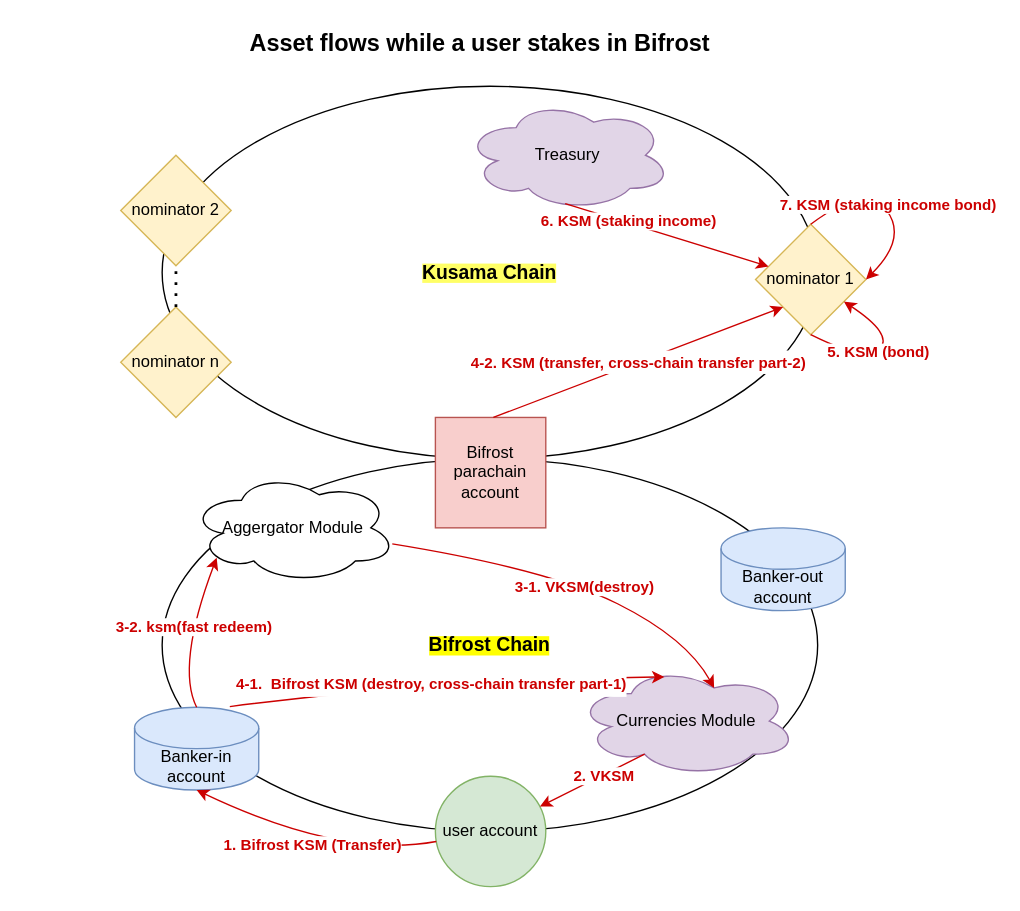
This is Untitled Diagram.drawio from herryho/flowchars, a draw.io file, before an edit. Source tidied: cells renumbered, new cells numbered last; positions are measured from the earlier drawing's top-left corner, leaving out a move shared by most shapes. Both pictures are drawn from the tidied source at 138%, with x=0, y=0 at pixel (120, 23).
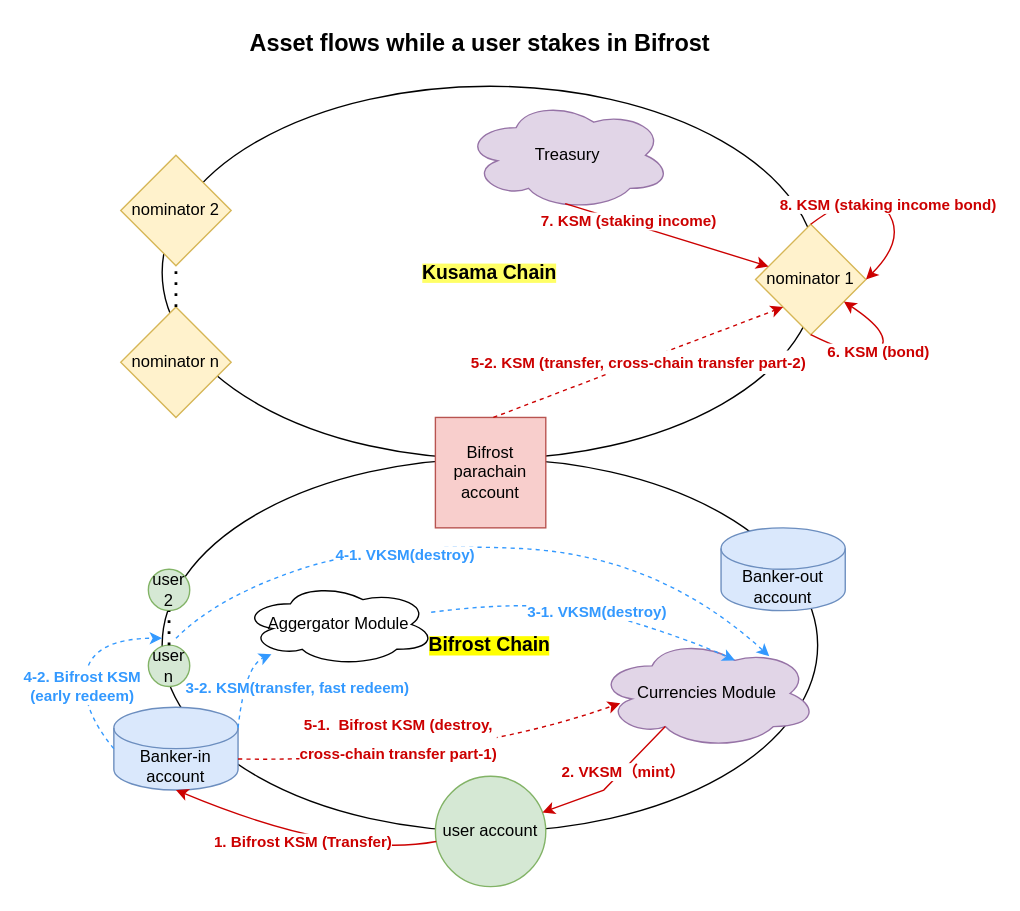
The same page after the edit.

The change refers to these unchanged cells:
```xml
<mxCell id="5" value="nominator 1" style="rhombus;whiteSpace=wrap;html=1;fillColor=#fff2cc;strokeColor=#d6b656;" parent="1" vertex="1">
  <mxGeometry x="460" y="145" width="80" height="80" as="geometry" />
</mxCell>
<mxCell id="7" value="user account" style="ellipse;whiteSpace=wrap;html=1;fillColor=#d5e8d4;strokeColor=#82b366;" parent="1" vertex="1">
  <mxGeometry x="228" y="545" width="80" height="80" as="geometry" />
</mxCell>
<mxCell id="14" style="endArrow=classic;html=1;rounded=0;fontSize=11;fontColor=#CC0000;strokeColor=#CC0000;exitX=0.487;exitY=0.938;exitDx=0;exitDy=0;exitPerimeter=0;" parent="1" edge="1" source="10" target="5">
  <mxGeometry relative="1" as="geometry" />
</mxCell>
<mxCell id="17" style="curved=1;endArrow=classic;html=1;rounded=0;fontSize=11;fontColor=#CC0000;strokeColor=#CC0000;exitX=0.5;exitY=1;exitDx=0;exitDy=0;" parent="1" edge="1" source="5" target="5">
  <mxGeometry relative="1" as="geometry">
    <Array as="points">
      <mxPoint x="540" y="245" />
      <mxPoint x="560" y="225" />
    </Array>
  </mxGeometry>
</mxCell>
<mxCell id="19" style="curved=1;endArrow=classic;html=1;rounded=0;fontSize=11;fontColor=#CC0000;strokeColor=#CC0000;exitX=0.5;exitY=0;exitDx=0;exitDy=0;entryX=1;entryY=0.5;entryDx=0;entryDy=0;" parent="1" edge="1" source="5" target="5">
  <mxGeometry relative="1" as="geometry">
    <Array as="points">
      <mxPoint x="540" y="115" />
      <mxPoint x="570" y="155" />
    </Array>
  </mxGeometry>
</mxCell>
```

The edit, as a diff of the source:
```diff
@@
     <mxCell id="8" value="Banker-in account" style="shape=cylinder3;whiteSpace=wrap;html=1;boundedLbl=1;backgroundOutline=1;size=15;fillColor=#dae8fc;strokeColor=#6c8ebf;" parent="1" vertex="1">
-      <mxGeometry x="10" y="495" width="90" height="60" as="geometry" />
+      <mxGeometry x="-5" y="495" width="90" height="60" as="geometry" />
     </mxCell>
     <mxCell id="9" value="Currencies Module" style="ellipse;shape=cloud;whiteSpace=wrap;html=1;fillColor=#e1d5e7;strokeColor=#9673a6;" parent="1" vertex="1">
-      <mxGeometry x="330" y="465" width="160" height="80" as="geometry" />
+      <mxGeometry x="345" y="445" width="160" height="80" as="geometry" />
     </mxCell>
@@
     <mxCell id="11" style="endArrow=classic;html=1;rounded=0;fontColor=#CC0000;exitX=0.31;exitY=0.8;exitDx=0;exitDy=0;exitPerimeter=0;strokeColor=#CC0000;" parent="1" edge="1" source="9" target="7">
-      <mxGeometry relative="1" as="geometry" />
+      <mxGeometry relative="1" as="geometry">
+        <Array as="points">
+          <mxPoint x="350" y="555" />
+        </Array>
+      </mxGeometry>
     </mxCell>
-    <mxCell id="12" value="&lt;b&gt;2. VKSM&lt;br&gt;&lt;/b&gt;" style="edgeLabel;html=1;align=center;verticalAlign=middle;fontColor=#CC0000;" parent="11" vertex="1">
+    <mxCell id="12" value="&lt;b&gt;2. VKSM（mint）&lt;br&gt;&lt;/b&gt;" style="edgeLabel;html=1;align=center;verticalAlign=middle;fontColor=#CC0000;" parent="11" vertex="1">
       <mxGeometry x="-0.19" relative="1" as="geometry" />
     </mxCell>
@@
-    <mxCell id="15" value="&lt;b&gt;6. KSM (staking income)&lt;/b&gt;" style="edgeLabel;html=1;align=center;verticalAlign=middle;fontSize=11;fontColor=#CC0000;" parent="14" vertex="1">
+    <mxCell id="15" value="&lt;b&gt;7. KSM (staking income)&lt;/b&gt;" style="edgeLabel;html=1;align=center;verticalAlign=middle;fontSize=11;fontColor=#CC0000;" parent="14" vertex="1">
       <mxGeometry x="-0.39" y="1" relative="1" as="geometry" />
     </mxCell>
-    <mxCell id="16" value="&lt;font color=&quot;#cc0000&quot; size=&quot;1&quot;&gt;&lt;b style=&quot;font-size: 11px&quot;&gt;4-2. KSM (transfer, cross-chain transfer part-2)&lt;/b&gt;&lt;/font&gt;" style="endArrow=classic;html=1;rounded=0;fontSize=14;fontColor=#FFFF66;strokeColor=#CC0000;entryX=0;entryY=1;entryDx=0;entryDy=0;" parent="1" edge="1" target="5">
+    <mxCell id="16" value="&lt;font color=&quot;#cc0000&quot; size=&quot;1&quot;&gt;&lt;b style=&quot;font-size: 11px&quot;&gt;5-2. KSM (transfer, cross-chain transfer part-2)&lt;/b&gt;&lt;/font&gt;" style="endArrow=classic;html=1;rounded=0;fontSize=14;fontColor=#FFFF66;strokeColor=#CC0000;entryX=0;entryY=1;entryDx=0;entryDy=0;dashed=1;" parent="1" edge="1" target="5">
       <mxGeometry relative="1" as="geometry">
         <mxPoint x="270" y="285" as="sourcePoint" />
       </mxGeometry>
     </mxCell>
@@
-    <mxCell id="18" value="&lt;b&gt;5. KSM (bond)&lt;/b&gt;" style="edgeLabel;html=1;align=center;verticalAlign=middle;fontSize=11;fontColor=#CC0000;" parent="17" vertex="1">
+    <mxCell id="18" value="&lt;b&gt;6. KSM (bond)&lt;/b&gt;" style="edgeLabel;html=1;align=center;verticalAlign=middle;fontSize=11;fontColor=#CC0000;" parent="17" vertex="1">
       <mxGeometry x="-0.04" y="-1" relative="1" as="geometry" />
     </mxCell>
@@
-    <mxCell id="20" value="7. KSM (staking income bond)" style="edgeLabel;html=1;align=center;verticalAlign=middle;fontSize=11;fontColor=#CC0000;fontStyle=1;" parent="19" vertex="1">
+    <mxCell id="20" value="8. KSM (staking income bond)" style="edgeLabel;html=1;align=center;verticalAlign=middle;fontSize=11;fontColor=#CC0000;fontStyle=1;" parent="19" vertex="1">
       <mxGeometry x="-0.01" y="3" relative="1" as="geometry" />
     </mxCell>
@@
-    <mxCell id="24" style="curved=1;endArrow=classic;html=1;rounded=0;fontSize=17;fontColor=#000000;strokeColor=#CC0000;entryX=0.4;entryY=0.1;entryDx=0;entryDy=0;entryPerimeter=0;exitX=0.767;exitY=-0.008;exitDx=0;exitDy=0;exitPerimeter=0;" parent="1" edge="1" source="8" target="9">
+    <mxCell id="24" style="curved=1;endArrow=classic;html=1;rounded=0;fontSize=17;fontColor=#000000;strokeColor=#CC0000;entryX=0.106;entryY=0.588;entryDx=0;entryDy=0;entryPerimeter=0;exitX=1;exitY=0;exitDx=0;exitDy=37.5;exitPerimeter=0;dashed=1;" parent="1" edge="1" source="8" target="9">
       <mxGeometry relative="1" as="geometry">
         <Array as="points">
-          <mxPoint x="230" y="475" />
+          <mxPoint x="240" y="535" />
         </Array>
       </mxGeometry>
     </mxCell>
-    <mxCell id="25" value="&lt;b style=&quot;color: rgb(204 , 0 , 0) ; font-size: 11px&quot;&gt;4-1.&amp;nbsp; Bifrost KSM (destroy, cross-chain transfer part-1)&lt;/b&gt;" style="edgeLabel;html=1;align=center;verticalAlign=middle;fontSize=17;fontColor=#000000;" parent="24" vertex="1">
-      <mxGeometry x="-0.07" y="-1" relative="1" as="geometry" />
+    <mxCell id="25" value="&lt;b style=&quot;color: rgb(204 , 0 , 0) ; font-size: 11px&quot;&gt;5-1.&amp;nbsp; Bifrost KSM (destroy, &lt;br&gt;cross-chain transfer part-1)&lt;/b&gt;" style="edgeLabel;html=1;align=center;verticalAlign=middle;fontSize=17;fontColor=#000000;" parent="24" vertex="1">
+      <mxGeometry x="-0.07" y="-1" relative="1" as="geometry">
+        <mxPoint x="-16" y="-19" as="offset" />
+      </mxGeometry>
     </mxCell>
     <mxCell id="26" value="Aggergator Module" style="ellipse;shape=cloud;whiteSpace=wrap;html=1;" parent="1" vertex="1">
-      <mxGeometry x="50" y="325" width="150" height="80" as="geometry" />
+      <mxGeometry x="88" y="405" width="140" height="60" as="geometry" />
     </mxCell>
-    <mxCell id="27" style="curved=1;endArrow=classic;html=1;rounded=0;exitX=0.5;exitY=0;exitDx=0;exitDy=0;exitPerimeter=0;entryX=0.13;entryY=0.77;entryDx=0;entryDy=0;entryPerimeter=0;strokeColor=#CC0000;" parent="1" edge="1" source="8" target="26">
+    <mxCell id="27" style="curved=1;endArrow=classic;html=1;rounded=0;strokeColor=#3399FF;dashed=1;exitX=1;exitY=0;exitDx=0;exitDy=15;exitPerimeter=0;" parent="1" edge="1" source="8" target="26">
       <mxGeometry relative="1" as="geometry">
         <Array as="points">
-          <mxPoint x="40" y="465" />
+          <mxPoint x="90" y="465" />
         </Array>
       </mxGeometry>
     </mxCell>
-    <mxCell id="28" value="&lt;b&gt;3-2. ksm(fast redeem)&lt;/b&gt;" style="edgeLabel;html=1;align=center;verticalAlign=middle;fontColor=#CC0000;" parent="27" vertex="1">
-      <mxGeometry x="0.1" y="-2" relative="1" as="geometry" />
+    <mxCell id="28" value="&lt;span&gt;3-2. KSM(transfer, fast redeem)&lt;/span&gt;" style="edgeLabel;html=1;align=center;verticalAlign=middle;fontColor=#3399FF;fontStyle=1;" parent="27" vertex="1">
+      <mxGeometry x="0.1" y="-2" relative="1" as="geometry">
+        <mxPoint x="37" y="6" as="offset" />
+      </mxGeometry>
     </mxCell>
-    <mxCell id="29" style="curved=1;endArrow=classic;html=1;rounded=0;strokeColor=#CC0000;entryX=0.625;entryY=0.2;entryDx=0;entryDy=0;entryPerimeter=0;" parent="1" edge="1" source="26" target="9">
+    <mxCell id="29" style="curved=1;endArrow=classic;html=1;rounded=0;strokeColor=#3399FF;entryX=0.625;entryY=0.2;entryDx=0;entryDy=0;entryPerimeter=0;dashed=1;" parent="1" edge="1" source="26" target="9">
       <mxGeometry relative="1" as="geometry">
         <Array as="points">
-          <mxPoint x="310" y="395" />
+          <mxPoint x="310" y="415" />
           <mxPoint x="410" y="445" />
         </Array>
       </mxGeometry>
     </mxCell>
-    <mxCell id="30" value="3-1. VKSM(destroy)" style="edgeLabel;html=1;align=center;verticalAlign=middle;fontColor=#CC0000;fontStyle=1;" parent="29" vertex="1">
+    <mxCell id="30" value="3-1. VKSM(destroy)" style="edgeLabel;html=1;align=center;verticalAlign=middle;fontColor=#3399FF;fontStyle=1;" parent="29" vertex="1">
       <mxGeometry x="0.07" relative="1" as="geometry" />
     </mxCell>
@@
+    <mxCell id="32" value="user 2" style="ellipse;whiteSpace=wrap;html=1;fillColor=#d5e8d4;strokeColor=#82b366;" parent="1" vertex="1">
+      <mxGeometry x="20" y="395" width="30" height="30" as="geometry" />
+    </mxCell>
+    <mxCell id="33" value="user n" style="ellipse;whiteSpace=wrap;html=1;fillColor=#d5e8d4;strokeColor=#82b366;" parent="1" vertex="1">
+      <mxGeometry x="20" y="450" width="30" height="30" as="geometry" />
+    </mxCell>
+    <mxCell id="34" style="endArrow=none;dashed=1;html=1;dashPattern=1 3;strokeWidth=2;rounded=0;fontSize=11;fontColor=#CC0000;entryX=0.5;entryY=1;entryDx=0;entryDy=0;exitX=0.5;exitY=0;exitDx=0;exitDy=0;" parent="1" edge="1" source="33" target="32">
+      <mxGeometry relative="1" as="geometry" />
+    </mxCell>
+    <mxCell id="35" style="curved=1;endArrow=classic;html=1;rounded=0;dashed=1;fontColor=#3399FF;strokeColor=#3399FF;entryX=0.781;entryY=0.163;entryDx=0;entryDy=0;entryPerimeter=0;" parent="1" edge="1" target="9">
+      <mxGeometry relative="1" as="geometry">
+        <mxPoint x="40" y="445" as="sourcePoint" />
+        <Array as="points">
+          <mxPoint x="70" y="415" />
+          <mxPoint x="190" y="375" />
+          <mxPoint x="390" y="385" />
+        </Array>
+      </mxGeometry>
+    </mxCell>
+    <mxCell id="36" value="4-1. VKSM(destroy)" style="edgeLabel;html=1;align=center;verticalAlign=middle;fontColor=#3399FF;fontStyle=1;" parent="35" vertex="1">
+      <mxGeometry x="-0.23" relative="1" as="geometry">
+        <mxPoint y="9" as="offset" />
+      </mxGeometry>
+    </mxCell>
+    <mxCell id="37" style="curved=1;endArrow=classic;html=1;rounded=0;dashed=1;fontColor=#3399FF;strokeColor=#3399FF;exitX=0;exitY=0.5;exitDx=0;exitDy=0;exitPerimeter=0;" parent="1" edge="1" source="8">
+      <mxGeometry relative="1" as="geometry">
+        <mxPoint x="30" y="445" as="targetPoint" />
+        <Array as="points">
+          <mxPoint x="-30" y="495" />
+          <mxPoint x="-20" y="445" />
+        </Array>
+      </mxGeometry>
+    </mxCell>
+    <mxCell id="38" value="4-2. Bifrost KSM&lt;br&gt;(early redeem)" style="edgeLabel;html=1;align=center;verticalAlign=middle;fontColor=#3399FF;fontStyle=1;" parent="37" vertex="1">
+      <mxGeometry x="-0.11" y="3" relative="1" as="geometry">
+        <mxPoint y="8" as="offset" />
+      </mxGeometry>
+    </mxCell>
```
